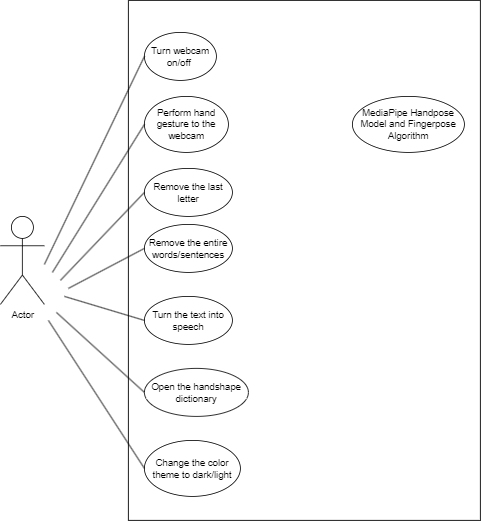
The draw.io diagram use-case.drawio.png in chalvinwz/diagram, before a commit. Source tidied: cells renumbered, new cells last; positions are measured from the earlier drawing's top-left corner, leaving out a move shared by most shapes.
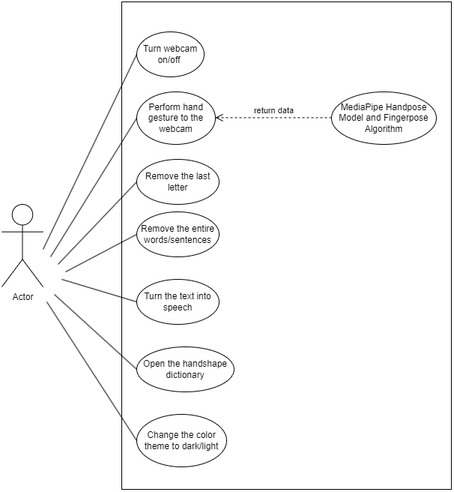
The same file after the commit.

What changed in the source:
```diff
@@ -32,40 +32,43 @@
     <mxCell id="11" value="Change the color theme to dark/light" style="ellipse;whiteSpace=wrap;html=1;" parent="1" vertex="1">
       <mxGeometry x="180" y="550" width="120" height="70" as="geometry" />
     </mxCell>
-    <mxCell id="12" style="endArrow=none;html=1;rounded=0;entryX=0;entryY=0.5;entryDx=0;entryDy=0;" parent="1" edge="1" target="4">
-      <mxGeometry relative="1" as="geometry">
-        <mxPoint x="55" y="330" as="sourcePoint" />
-      </mxGeometry>
-    </mxCell>
-    <mxCell id="13" style="endArrow=none;html=1;rounded=0;entryX=0;entryY=0.5;entryDx=0;entryDy=0;" parent="1" edge="1" target="6">
-      <mxGeometry relative="1" as="geometry">
-        <mxPoint x="65" y="340" as="sourcePoint" />
-      </mxGeometry>
-    </mxCell>
-    <mxCell id="14" style="endArrow=none;html=1;rounded=0;entryX=0;entryY=0.5;entryDx=0;entryDy=0;" parent="1" edge="1" target="7">
-      <mxGeometry relative="1" as="geometry">
-        <mxPoint x="75" y="350" as="sourcePoint" />
-      </mxGeometry>
-    </mxCell>
-    <mxCell id="15" style="endArrow=none;html=1;rounded=0;entryX=0;entryY=0.5;entryDx=0;entryDy=0;" parent="1" edge="1" target="8">
-      <mxGeometry relative="1" as="geometry">
-        <mxPoint x="85" y="360" as="sourcePoint" />
-      </mxGeometry>
-    </mxCell>
-    <mxCell id="16" style="endArrow=none;html=1;rounded=0;entryX=0;entryY=0.5;entryDx=0;entryDy=0;" parent="1" edge="1" target="9">
-      <mxGeometry relative="1" as="geometry">
-        <mxPoint x="80" y="370" as="sourcePoint" />
-      </mxGeometry>
-    </mxCell>
-    <mxCell id="17" style="endArrow=none;html=1;rounded=0;entryX=0;entryY=0.5;entryDx=0;entryDy=0;" parent="1" edge="1" target="10">
-      <mxGeometry relative="1" as="geometry">
-        <mxPoint x="70" y="390" as="sourcePoint" />
-      </mxGeometry>
-    </mxCell>
-    <mxCell id="18" style="endArrow=none;html=1;rounded=0;entryX=0;entryY=0.5;entryDx=0;entryDy=0;" parent="1" edge="1" target="11">
-      <mxGeometry relative="1" as="geometry">
-        <mxPoint x="60" y="400" as="sourcePoint" />
-      </mxGeometry>
-    </mxCell>
+    <mxCell id="19" style="endArrow=none;html=1;rounded=0;entryX=0;entryY=0.5;entryDx=0;entryDy=0;" parent="1" edge="1" target="4">
+      <mxGeometry relative="1" as="geometry">
+        <mxPoint x="55" y="330" as="sourcePoint" />
+      </mxGeometry>
+    </mxCell>
+    <mxCell id="20" style="endArrow=none;html=1;rounded=0;entryX=0;entryY=0.5;entryDx=0;entryDy=0;" parent="1" edge="1" target="6">
+      <mxGeometry relative="1" as="geometry">
+        <mxPoint x="65" y="340" as="sourcePoint" />
+      </mxGeometry>
+    </mxCell>
+    <mxCell id="21" style="endArrow=none;html=1;rounded=0;entryX=0;entryY=0.5;entryDx=0;entryDy=0;" parent="1" edge="1" target="7">
+      <mxGeometry relative="1" as="geometry">
+        <mxPoint x="75" y="350" as="sourcePoint" />
+      </mxGeometry>
+    </mxCell>
+    <mxCell id="22" style="endArrow=none;html=1;rounded=0;entryX=0;entryY=0.5;entryDx=0;entryDy=0;" parent="1" edge="1" target="8">
+      <mxGeometry relative="1" as="geometry">
+        <mxPoint x="85" y="360" as="sourcePoint" />
+      </mxGeometry>
+    </mxCell>
+    <mxCell id="23" style="endArrow=none;html=1;rounded=0;entryX=0;entryY=0.5;entryDx=0;entryDy=0;" parent="1" edge="1" target="9">
+      <mxGeometry relative="1" as="geometry">
+        <mxPoint x="80" y="370" as="sourcePoint" />
+      </mxGeometry>
+    </mxCell>
+    <mxCell id="24" style="endArrow=none;html=1;rounded=0;entryX=0;entryY=0.5;entryDx=0;entryDy=0;" parent="1" edge="1" target="10">
+      <mxGeometry relative="1" as="geometry">
+        <mxPoint x="70" y="390" as="sourcePoint" />
+      </mxGeometry>
+    </mxCell>
+    <mxCell id="25" style="endArrow=none;html=1;rounded=0;entryX=0;entryY=0.5;entryDx=0;entryDy=0;" parent="1" edge="1" target="11">
+      <mxGeometry relative="1" as="geometry">
+        <mxPoint x="60" y="400" as="sourcePoint" />
+      </mxGeometry>
+    </mxCell>
+    <mxCell id="26" value="return data" style="html=1;verticalAlign=bottom;endArrow=open;dashed=1;endSize=8;edgeStyle=elbowEdgeStyle;elbow=vertical;curved=0;rounded=0;entryX=1;entryY=0.5;entryDx=0;entryDy=0;" parent="1" edge="1" source="5" target="6">
+      <mxGeometry relative="1" as="geometry" />
+    </mxCell>
   </root>
 </mxGraphModel>
```
